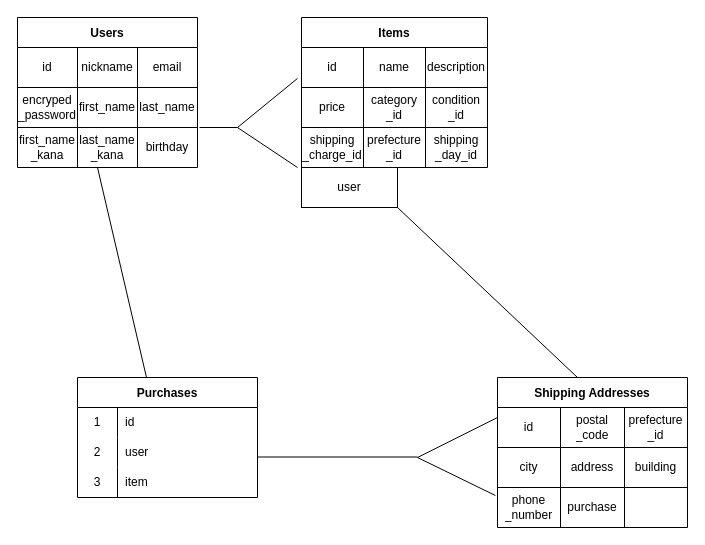
Newriver758/furima-41029 keeps this draw.io diagram as test.dio. Above is the earlier version. Source tidied: cells renumbered, new cells numbered last; positions are measured from the earlier drawing's top-left corner, leaving out a move shared by most shapes. Both pictures are drawn from the tidied source at 100%, with x=0, y=0 at pixel (17, 17).
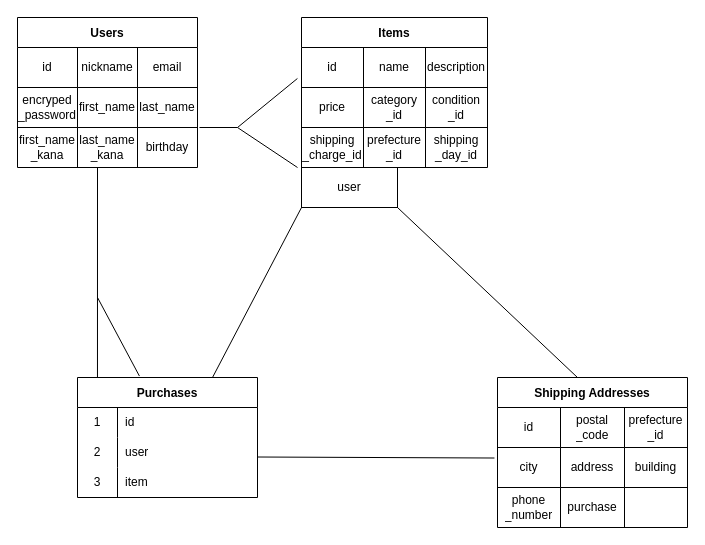
The same page after the edit.

Unchanged cells that the change refers to:
```xml
<mxCell id="29" style="shape=tableRow;horizontal=0;startSize=0;swimlaneHead=0;swimlaneBody=0;top=0;left=0;bottom=0;right=0;fillColor=none;points=[[0,0.5],[1,0.5]];portConstraint=eastwest;" parent="28" vertex="1">
  <mxGeometry y="30" width="190" height="40" as="geometry" />
</mxCell>
<mxCell id="33" style="shape=tableRow;horizontal=0;startSize=0;swimlaneHead=0;swimlaneBody=0;top=0;left=0;bottom=0;right=0;fillColor=none;points=[[0,0.5],[1,0.5]];portConstraint=eastwest;" parent="28" vertex="1">
  <mxGeometry y="70" width="190" height="40" as="geometry" />
</mxCell>
<mxCell id="37" style="shape=tableRow;horizontal=0;startSize=0;swimlaneHead=0;swimlaneBody=0;top=0;left=0;bottom=0;right=0;fillColor=none;points=[[0,0.5],[1,0.5]];portConstraint=eastwest;" parent="28" vertex="1">
  <mxGeometry y="110" width="190" height="40" as="geometry" />
</mxCell>
<mxCell id="50" value="Purchases" style="shape=table;startSize=30;childLayout=tableLayout;rowLines=0;fontStyle=1;" parent="1" vertex="1">
  <mxGeometry x="60" y="360" width="180" height="120" as="geometry" />
</mxCell>
```

What changed in the source:
```diff
@@
-    <mxCell id="45" style="endArrow=none;html=1;exitX=0.421;exitY=0;exitDx=0;exitDy=0;exitPerimeter=0;" parent="1" edge="1">
+    <mxCell id="45" style="endArrow=none;html=1;exitX=0.111;exitY=0;exitDx=0;exitDy=0;exitPerimeter=0;" parent="1" edge="1" source="50">
       <mxGeometry relative="1" as="geometry">
-        <mxPoint x="129" y="360" as="sourcePoint" />
         <mxPoint x="80" y="150" as="targetPoint" />
       </mxGeometry>
     </mxCell>
-    <mxCell id="46" style="endArrow=none;html=1;" parent="1" edge="1">
+    <mxCell id="46" style="endArrow=none;html=1;entryX=-0.016;entryY=0.263;entryDx=0;entryDy=0;entryPerimeter=0;" parent="1" edge="1" target="33">
       <mxGeometry relative="1" as="geometry">
         <mxPoint x="240" y="439.5" as="sourcePoint" />
-        <mxPoint x="400" y="439.5" as="targetPoint" />
       </mxGeometry>
     </mxCell>
-    <mxCell id="47" style="endArrow=none;html=1;entryX=0;entryY=0.25;entryDx=0;entryDy=0;entryPerimeter=0;" parent="1" edge="1" target="29">
-      <mxGeometry relative="1" as="geometry">
-        <mxPoint x="400" y="440" as="sourcePoint" />
-      </mxGeometry>
-    </mxCell>
-    <mxCell id="48" style="endArrow=none;html=1;entryX=-0.011;entryY=0.2;entryDx=0;entryDy=0;entryPerimeter=0;" parent="1" edge="1" target="37">
-      <mxGeometry relative="1" as="geometry">
-        <mxPoint x="400" y="440" as="sourcePoint" />
-      </mxGeometry>
-    </mxCell>
@@
+    <mxCell id="60" style="endArrow=none;html=1;exitX=0.75;exitY=0;exitDx=0;exitDy=0;" parent="1" edge="1" source="50">
+      <mxGeometry relative="1" as="geometry">
+        <mxPoint x="284" y="190" as="targetPoint" />
+      </mxGeometry>
+    </mxCell>
+    <mxCell id="61" style="endArrow=none;html=1;entryX=0.344;entryY=-0.012;entryDx=0;entryDy=0;entryPerimeter=0;" parent="1" edge="1" target="50">
+      <mxGeometry relative="1" as="geometry">
+        <mxPoint x="80" y="280" as="sourcePoint" />
+        <Array as="points">
+          <mxPoint x="80" y="280" />
+        </Array>
+      </mxGeometry>
+    </mxCell>
```
